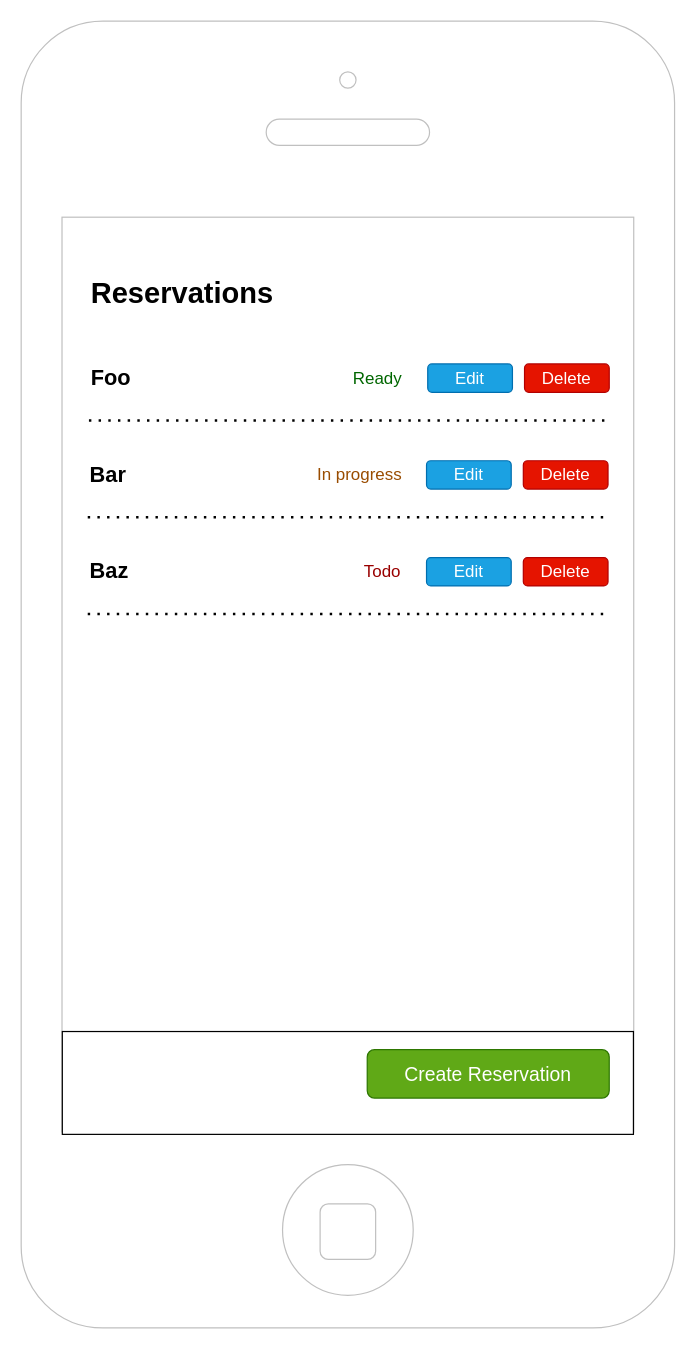
Before: wireframes/reservation-overview--reservations.drawio in deBijenkorf/fullstack-assignment, a draw.io diagram. Source tidied: cells renumbered, new cells numbered last; positions are measured from the earlier drawing's top-left corner, leaving out a move shared by most shapes. Both pictures are drawn from the tidied source at 121%, with x=0, y=0 at pixel (21, 21).
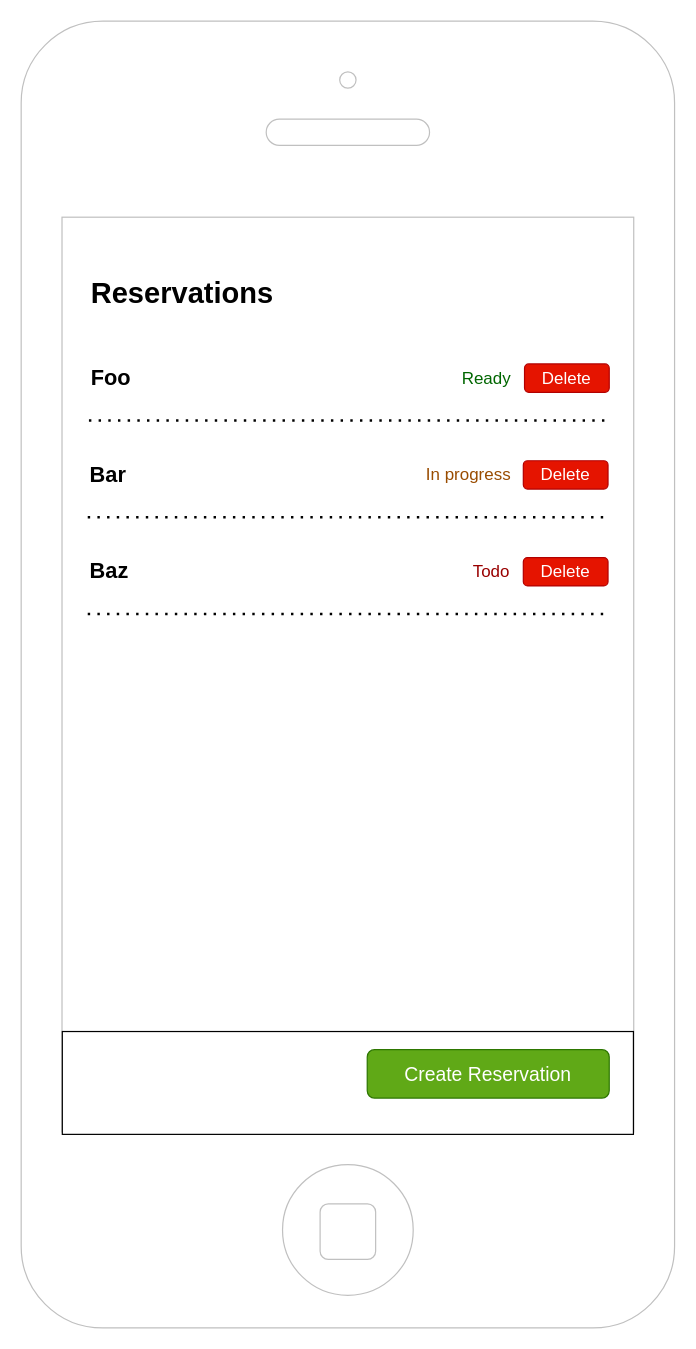
Above is the later version.

Commit message (it also covers changes not shown here):
refactor(wireframes): remove obsolete wireframes and update documentation

The edit, as a diff of the source:
```diff
@@
-    <mxCell id="5" value="&lt;font style=&quot;font-size: 14px&quot;&gt;Edit&lt;/font&gt;" style="rounded=1;html=1;shadow=0;dashed=0;whiteSpace=wrap;fontSize=10;fillColor=#1ba1e2;align=center;strokeColor=#006EAF;fontColor=#ffffff;" parent="1" vertex="1">
-      <mxGeometry x="336" y="283.3" width="70" height="23.4" as="geometry" />
-    </mxCell>
@@
-    <mxCell id="9" value="&lt;font style=&quot;font-size: 14px&quot;&gt;Edit&lt;/font&gt;" style="rounded=1;html=1;shadow=0;dashed=0;whiteSpace=wrap;fontSize=10;fillColor=#1ba1e2;align=center;strokeColor=#006EAF;fontColor=#ffffff;" parent="1" vertex="1">
-      <mxGeometry x="335" y="363.3" width="70" height="23.4" as="geometry" />
-    </mxCell>
@@
-    <mxCell id="13" value="&lt;font style=&quot;font-size: 14px&quot;&gt;Edit&lt;/font&gt;" style="rounded=1;html=1;shadow=0;dashed=0;whiteSpace=wrap;fontSize=10;fillColor=#1ba1e2;align=center;strokeColor=#006EAF;fontColor=#ffffff;" parent="1" vertex="1">
-      <mxGeometry x="335" y="443.3" width="70" height="23.4" as="geometry" />
-    </mxCell>
@@
     <mxCell id="18" value="&lt;p&gt;&lt;span style=&quot;font-weight: normal&quot;&gt;&lt;font style=&quot;font-size: 14px&quot;&gt;Ready&lt;/font&gt;&lt;/span&gt;&lt;/p&gt;" style="text;html=1;align=right;verticalAlign=middle;fontColor=#006600;" parent="1" vertex="1">
-      <mxGeometry x="256" y="275" width="60" height="40" as="geometry" />
+      <mxGeometry x="346" y="275" width="60" height="40" as="geometry" />
     </mxCell>
     <mxCell id="19" value="&lt;p&gt;&lt;span style=&quot;font-weight: normal&quot;&gt;&lt;font style=&quot;font-size: 14px&quot;&gt;In progress&lt;/font&gt;&lt;/span&gt;&lt;/p&gt;" style="text;html=1;align=right;verticalAlign=middle;fontColor=#994C00;" parent="1" vertex="1">
-      <mxGeometry x="226" y="355" width="90" height="40" as="geometry" />
+      <mxGeometry x="316" y="355" width="90" height="40" as="geometry" />
     </mxCell>
     <mxCell id="20" value="&lt;p&gt;&lt;span style=&quot;font-weight: normal&quot;&gt;&lt;font style=&quot;font-size: 14px&quot; color=&quot;#990000&quot;&gt;Todo&lt;/font&gt;&lt;/span&gt;&lt;/p&gt;" style="text;html=1;align=right;verticalAlign=middle;fontColor=#994C00;" parent="1" vertex="1">
-      <mxGeometry x="265" y="435" width="50" height="40" as="geometry" />
+      <mxGeometry x="355" y="435" width="50" height="40" as="geometry" />
     </mxCell>
```
